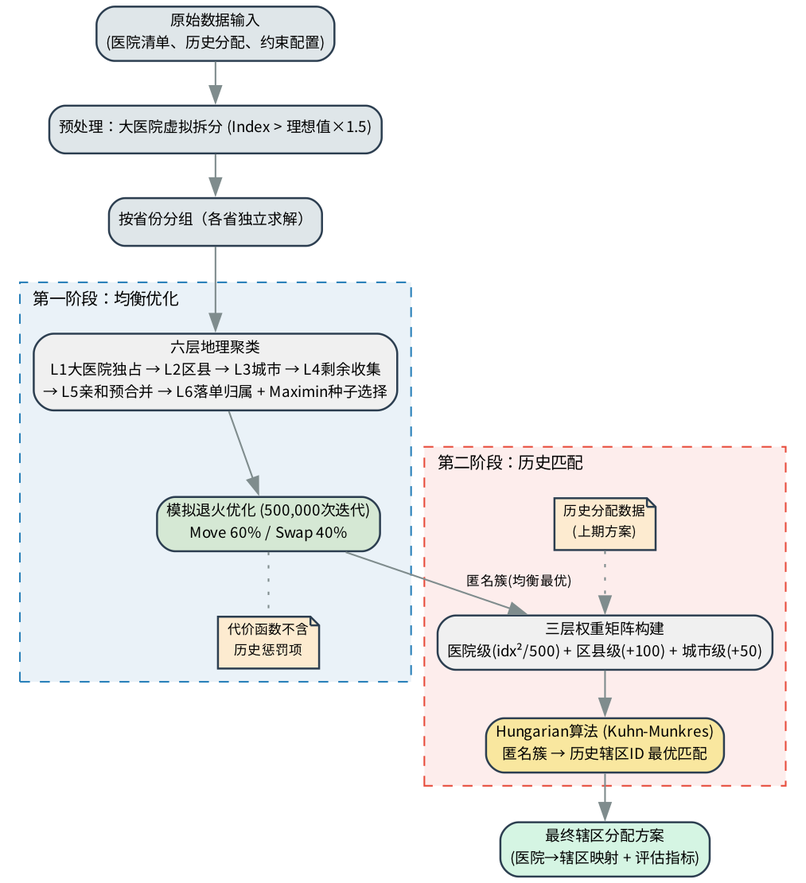
This is docs/figures/fig4-1.png from vickenkira36/SJTU_MBA_SFE, a Graphviz export, as it was before one commit. Its source is kept beside it as docs/figures/fig4-1.dot.
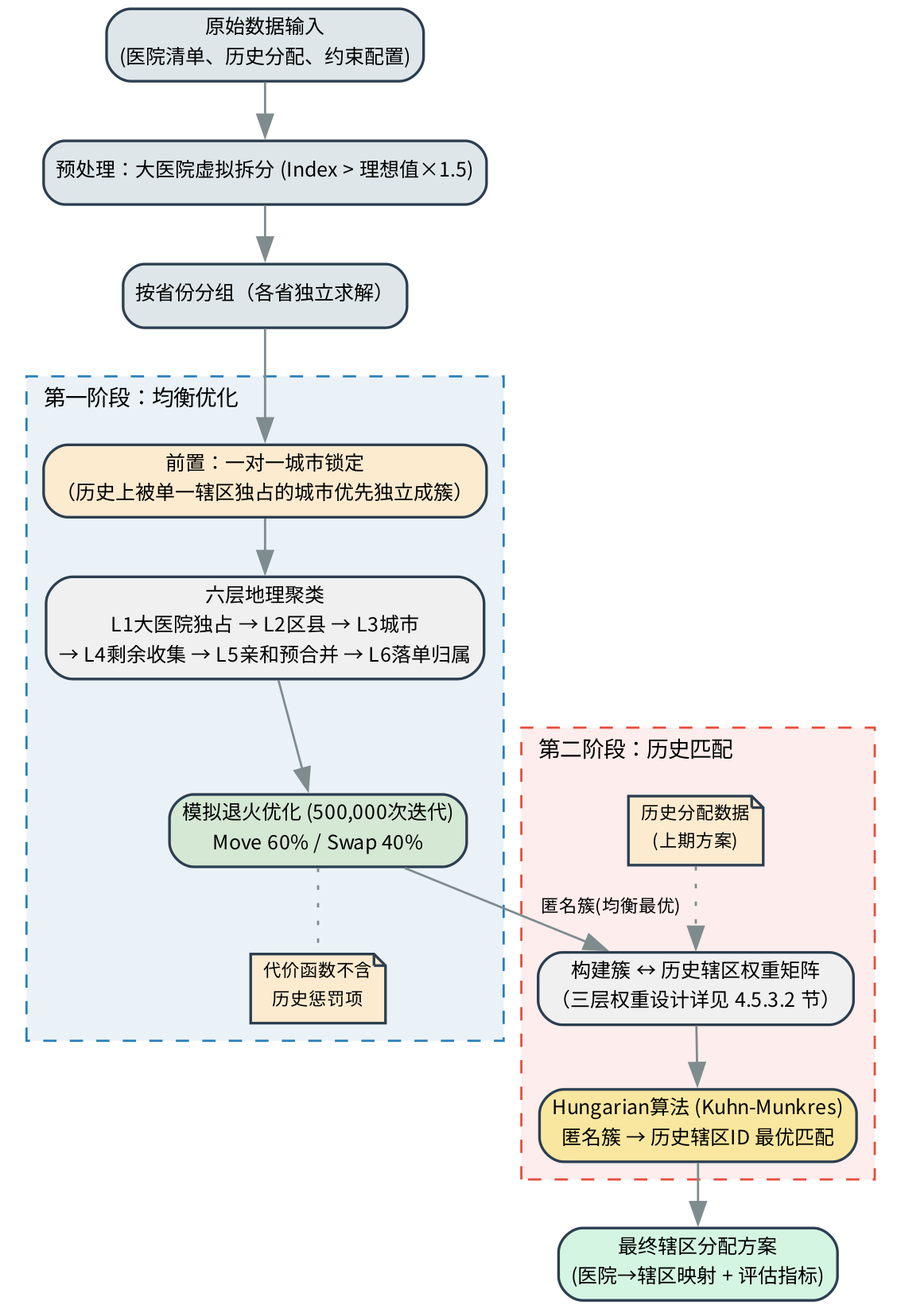
Above is the later version.

Diff of the diagram source:
```diff
@@ -20,7 +20,8 @@
         bgcolor="#eaf2f8";
         margin="8";
 
-        clustering [label="六层地理聚类\nL1大医院独占 → L2区县 → L3城市 → L4剩余收集\n→ L5亲和预合并 → L6落单归属 + Maximin种子选择"];
+        exclusive [label="前置：一对一城市锁定\n（历史上被单一辖区独占的城市优先独立成簇）", fillcolor="#fdebd0"];
+        clustering [label="六层地理聚类\nL1大医院独占 → L2区县 → L3城市\n→ L4剩余收集 → L5亲和预合并 → L6落单归属"];
         sa [label="模拟退火优化 (500,000次迭代)\nMove 60% / Swap 40%", fillcolor="#d5e8d4"];
         note1 [label="代价函数不含\n历史惩罚项", shape=note, fillcolor="#fdebd0", fontsize=8];
     }
@@ -35,14 +36,14 @@
         bgcolor="#fdedec";
         margin="8";
 
-        weight [label="三层权重矩阵构建\n医院级(idx²/500) + 区县级(+100) + 城市级(+50)"];
+        weight [label="构建簇 ↔ 历史辖区权重矩阵\n（三层权重设计详见 4.5.3.2 节）"];
         hungarian [label="Hungarian算法 (Kuhn-Munkres)\n匿名簇 → 历史辖区ID 最优匹配", fillcolor="#f9e79f"];
         note2 [label="历史分配数据\n(上期方案)", shape=note, fillcolor="#fdebd0", fontsize=8];
     }
 
     output [label="最终辖区分配方案\n(医院→辖区映射 + 评估指标)", fillcolor="#d5f5e3"];
 
-    input -> preprocess -> province -> clustering -> sa;
+    input -> preprocess -> province -> exclusive -> clustering -> sa;
     sa -> weight [label="匿名簇(均衡最优)"];
     weight -> hungarian -> output;
 
```
